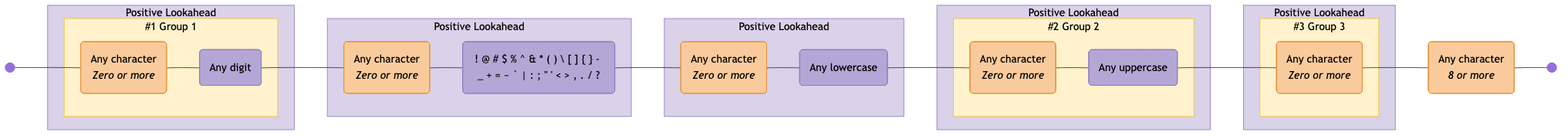
This is diagrams/password-requirements.mermaid-diagram.png from tayles/regex-to-mermaid, a Mermaid export, as it was before one commit. Its source is kept beside it as diagrams/password-requirements.mermaid.
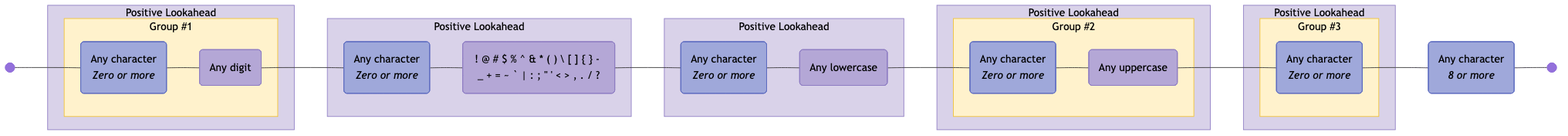
After the change.

Diff of the diagram source:
```diff
@@ -1,22 +1,22 @@
 graph LR
   accTitle: "Regex: (?=(.*[0-9]))(?=.*[\\!@#$%^&*()\\\\[\\]{}\\-_+=~`|:;\"'<>,./?])(?=.*[a-z])(?=(.*[A-Z]))(?=(.*)).{8,}"
-  accDescr: "Generated with regex-to-mermaid@1.0.4"
+  accDescr: "Generated with regex-to-mermaid@2.0.0"
 
   start@{ shape: f-circ };
   fin@{ shape: f-circ };
-  literal_1("Any character<br><i>Zero or more</i>"):::literal;
+  char_set_1("Any character<br><i>Zero or more</i>"):::char-set;
   char_class_1("Any digit"):::char-class;
-  literal_2("Any character<br><i>Zero or more</i>"):::literal;
-  char_class_2("! @ # $ % ^ & * ( ) \ [ ] { } - _ + = ~ ` | : ; #quot; ' < > , . / ?"):::char-class;
-  literal_3("Any character<br><i>Zero or more</i>"):::literal;
+  char_set_2("Any character<br><i>Zero or more</i>"):::char-set;
+  char_class_2("\! @ # $ % ^ & * ( ) \\ [ \] { } \- _ + = ~ ` | : ; #quot; ' < > , . / ?"):::char-class;
+  char_set_3("Any character<br><i>Zero or more</i>"):::char-set;
   char_class_3("Any lowercase"):::char-class;
-  literal_4("Any character<br><i>Zero or more</i>"):::literal;
+  char_set_4("Any character<br><i>Zero or more</i>"):::char-set;
   char_class_4("Any uppercase"):::char-class;
-  literal_5("Any character<br><i>Zero or more</i>"):::literal;
-  literal_6("Any character<br><i>8 or more</i>"):::literal;
+  char_set_5("Any character<br><i>Zero or more</i>"):::char-set;
+  char_set_6("Any character<br><i>8 or more</i>"):::char-set;
 
-  subgraph standard_1 ["#1 Group 1"]
-    literal_1
+  subgraph standard_1 ["Group #1"]
+    char_set_1
     char_class_1
   end
 
@@ -25,17 +25,17 @@
   end
 
   subgraph positive_lookahead_2 ["Positive Lookahead"]
-    literal_2
+    char_set_2
     char_class_2
   end
 
   subgraph positive_lookahead_3 ["Positive Lookahead"]
-    literal_3
+    char_set_3
     char_class_3
   end
 
-  subgraph standard_2 ["#2 Group 2"]
-    literal_4
+  subgraph standard_2 ["Group #2"]
+    char_set_4
     char_class_4
   end
 
@@ -43,27 +43,27 @@
     standard_2
   end
 
-  subgraph standard_3 ["#3 Group 3"]
-    literal_5
+  subgraph standard_3 ["Group #3"]
+    char_set_5
   end
 
   subgraph positive_lookahead_5 ["Positive Lookahead"]
     standard_3
   end
 
-  start --- literal_1;
-  literal_1 --- char_class_1;
-  char_class_1 --- literal_2;
-  literal_2 --- char_class_2;
-  char_class_2 --- literal_3;
-  literal_3 --- char_class_3;
-  char_class_3 --- literal_4;
-  literal_4 --- char_class_4;
-  char_class_4 --- literal_5;
-  literal_5 --- literal_6;
-  literal_6 --- fin;
+  start --- char_set_1;
+  char_set_1 --- char_class_1;
+  char_class_1 --- char_set_2;
+  char_set_2 --- char_class_2;
+  char_class_2 --- char_set_3;
+  char_set_3 --- char_class_3;
+  char_class_3 --- char_set_4;
+  char_set_4 --- char_class_4;
+  char_class_4 --- char_set_5;
+  char_set_5 --- char_set_6;
+  char_set_6 --- fin;
 
-  classDef literal fill:#F9CB9C,stroke:#E69138,color:#000000;
+  classDef char-set fill:#9FA8DA,stroke:#5C6BC0,color:#000000;
   classDef char-class fill:#B4A7D6,stroke:#8E7CC3,color:#000000;
 
   classDef standard fill:#FFF2CC,stroke:#F1C232,color:#000000;
```
